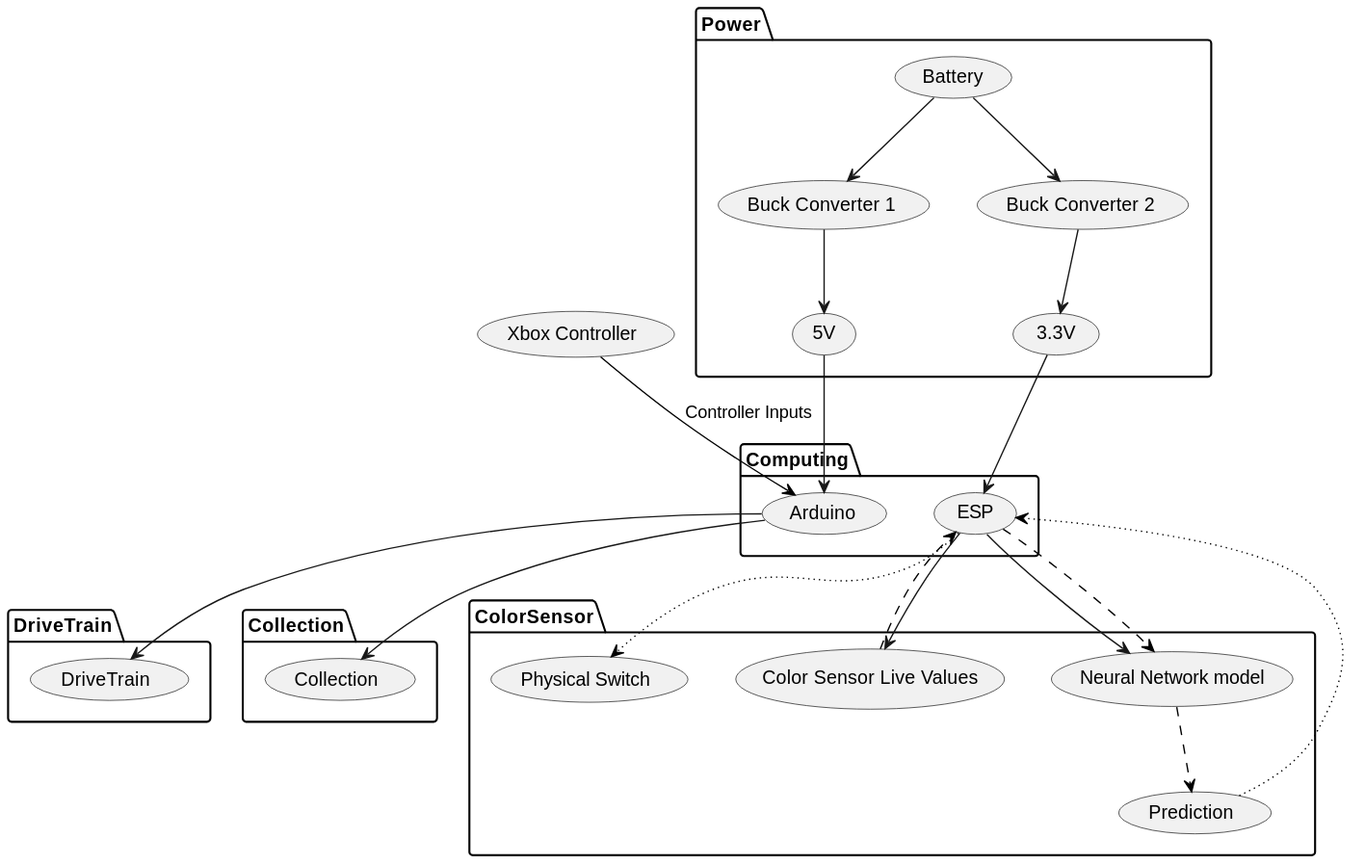
The PlantUML diagram out/Diagram/ASME SDC 25-26 Diagram.svg in RajitTalluri/ASME_SDC_-25--26, before a commit. The source it was exported from:
```plantuml
@startuml
package Computing {
usecase "Arduino" as Ad
usecase "ESP"
}

package ColorSensor {
usecase "Neural Network model" as NN
usecase "Color Sensor Live Values" as LV
usecase "Prediction" as Pd
usecase "Physical Switch" as PS
}

package DriveTrain {
usecase "DriveTrain" as DT
}

package Collection {
usecase "Collection" as Col
}

package Power {
usecase "Battery" as B
usecase "Buck Converter 1" as BC1
usecase "Buck Converter 2" as BC2
usecase "5V"
usecase "3.3V"
}


(Xbox Controller) --> Ad #black;text:black : Controller Inputs


Ad --> DT


Ad --> Col


ESP --> LV
ESP --> NN
LV --> ESP #black;line.dashed;
ESP --> NN #black;line.dashed;
NN --> Pd #black;line.dashed;
Pd --> ESP #black;line.dotted;
ESP --> PS #black;line.dotted;

B --> BC1
B --> BC2
BC1 --> 5V
5V --> Ad
BC2 --> 3.3V
3.3V --> ESP
@enduml
```
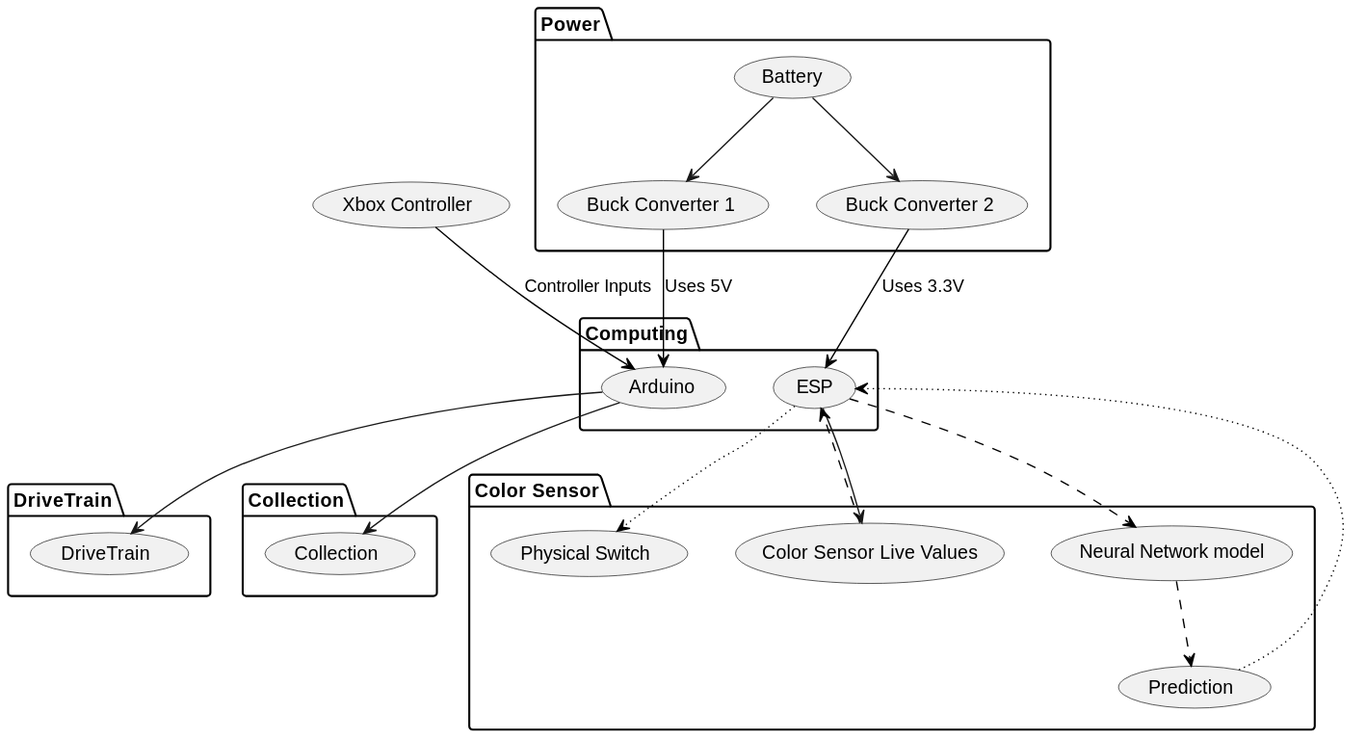
Above is the later version.

Diff of the diagram source:
```diff
@@ -4,7 +4,7 @@
 usecase "ESP"
 }
 
-package ColorSensor {
+package "Color Sensor"  {
 usecase "Neural Network model" as NN
 usecase "Color Sensor Live Values" as LV
 usecase "Prediction" as Pd
@@ -23,8 +23,6 @@
 usecase "Battery" as B
 usecase "Buck Converter 1" as BC1
 usecase "Buck Converter 2" as BC2
-usecase "5V"
-usecase "3.3V"
 }
 
 
@@ -38,7 +36,6 @@
 
 
 ESP --> LV
-ESP --> NN
 LV --> ESP #black;line.dashed;
 ESP --> NN #black;line.dashed;
 NN --> Pd #black;line.dashed;
@@ -47,8 +44,6 @@
 
 B --> BC1
 B --> BC2
-BC1 --> 5V
-5V --> Ad
-BC2 --> 3.3V
-3.3V --> ESP
+BC1 --> Ad #black;text:black : Uses 5V
+BC2 --> ESP #black;text:black : Uses 3.3V
 @enduml
```
